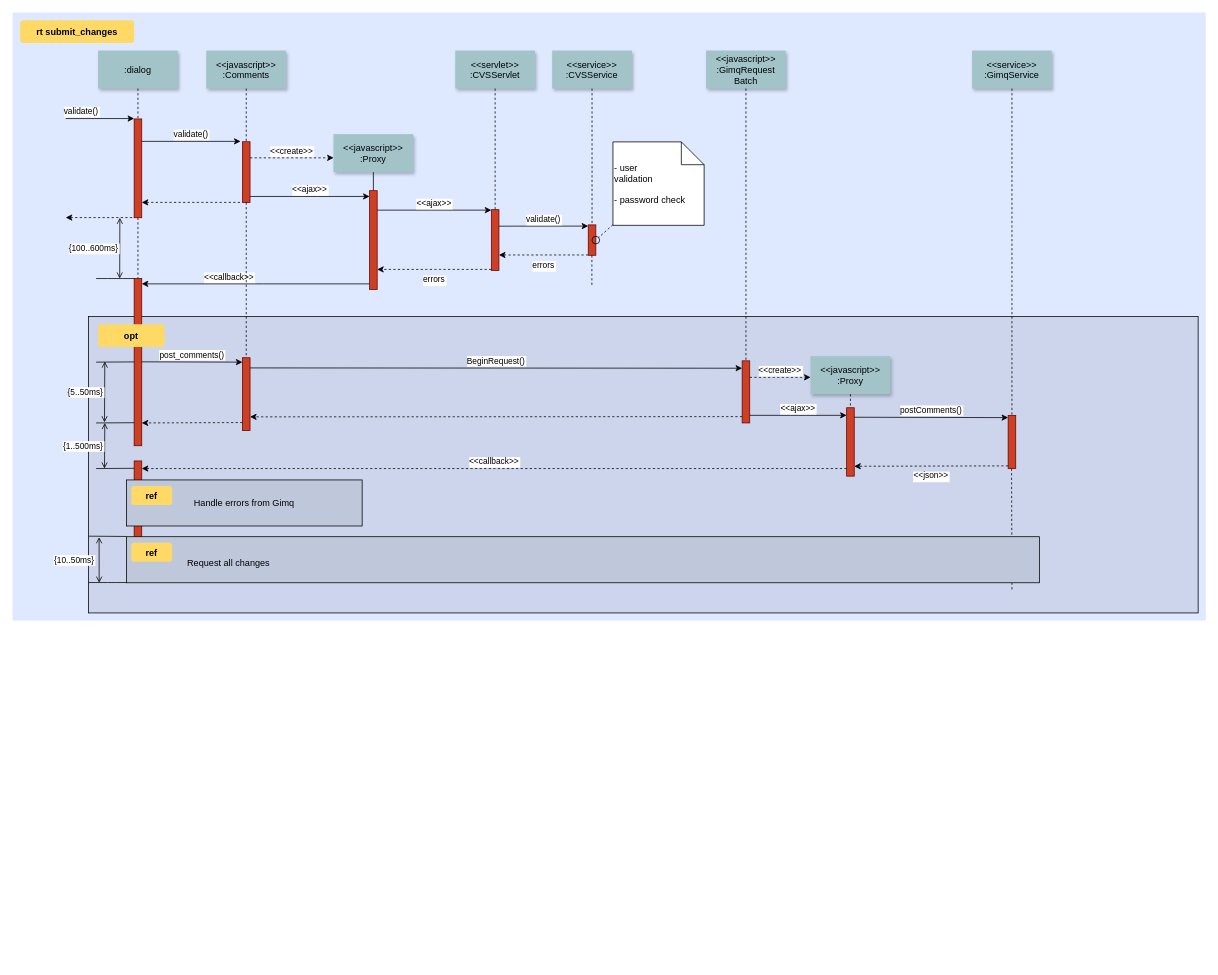
The draw.io diagram Biểu đồ không có tiêu đề.drawio in hieunguyenbv/gdb_flow, before the edit. Source tidied: cells renumbered, new cells numbered last; positions are measured from the earlier drawing's top-left corner, leaving out a move shared by most shapes. Both pictures are drawn from the tidied source at 76%, with x=0, y=0 at pixel (12, 12).
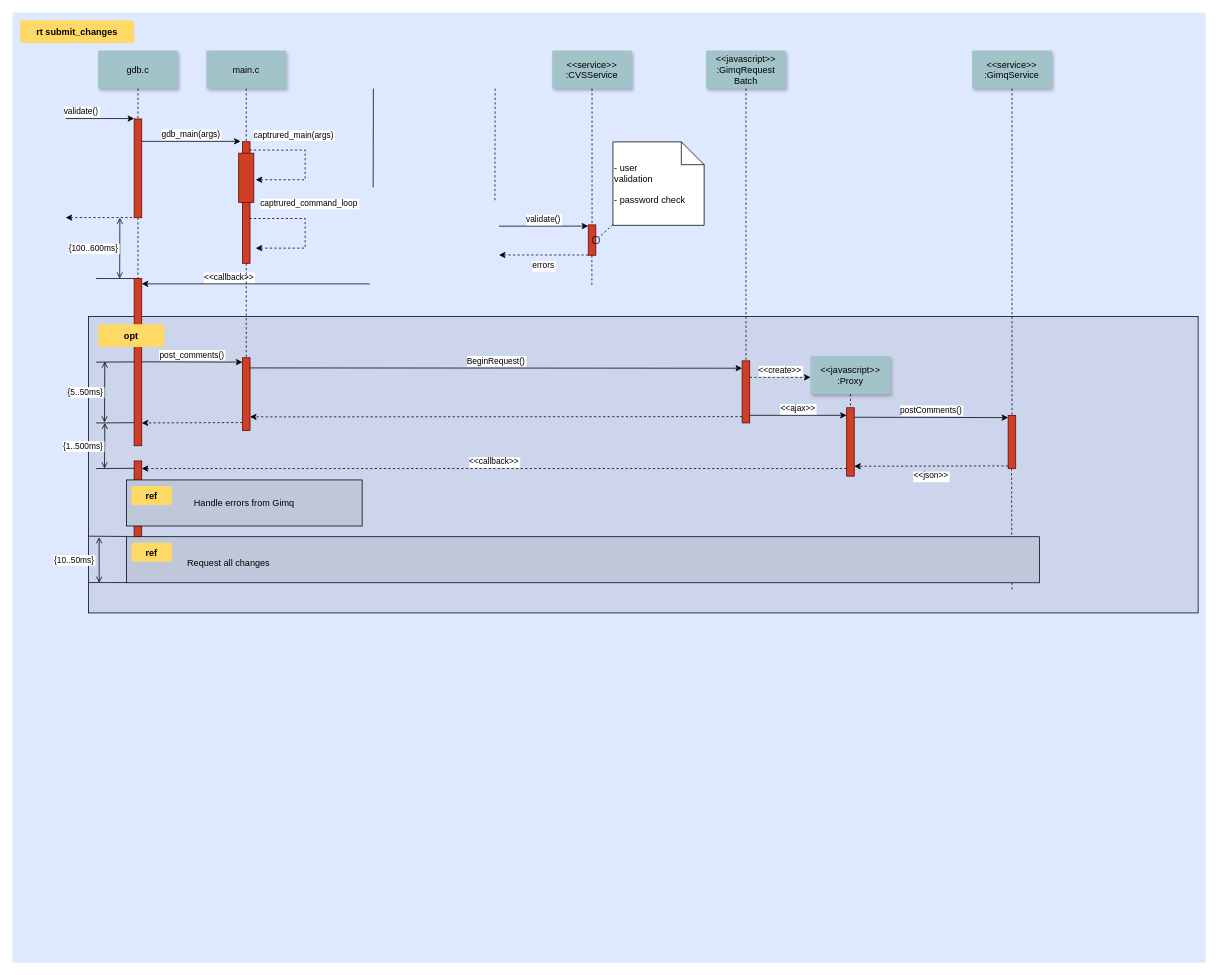
After the change.

Commit message:
Cập nhật Biểu đồ không có tiêu đề.drawio

Unchanged cells that the change refers to:
```xml
<mxCell id="35" style="fillColor=#CC4125;strokeColor=#660000;" parent="1" vertex="1">
  <mxGeometry x="160" y="350" width="10" height="220" as="geometry" />
</mxCell>
```

Change to the diagram source:
```diff
@@
     <mxCell id="2" style="fillColor=#DEE8FF;strokeColor=none;" parent="1" vertex="1">
-      <mxGeometry width="1570" height="800" as="geometry" />
+      <mxGeometry width="1570" height="1250" as="geometry" />
     </mxCell>
@@
-    <mxCell id="7" value=":dialog" style="shadow=1;fillColor=#A2C4C9;strokeColor=none;" parent="1" vertex="1">
+    <mxCell id="7" value="gdb.c" style="shadow=1;fillColor=#A2C4C9;strokeColor=none;" parent="1" vertex="1">
       <mxGeometry x="112.5" y="50" width="105" height="50" as="geometry" />
     </mxCell>
     <mxCell id="8" style="fillColor=#CC4125;strokeColor=#660000;" parent="1" vertex="1">
-      <mxGeometry x="302.5" y="170" width="10" height="80" as="geometry" />
+      <mxGeometry x="302.5" y="170" width="10" height="160" as="geometry" />
     </mxCell>
-    <mxCell id="9" value="&lt;&lt;javascript&gt;&gt;&#10;:Comments" style="shadow=1;fillColor=#A2C4C9;strokeColor=none;" parent="1" vertex="1">
+    <mxCell id="9" value="main.c" style="shadow=1;fillColor=#A2C4C9;strokeColor=none;" parent="1" vertex="1">
       <mxGeometry x="255" y="50" width="105" height="50" as="geometry" />
     </mxCell>
@@
-    <mxCell id="11" value="validate()" style="edgeStyle=none;verticalLabelPosition=top;verticalAlign=bottom;" parent="1" edge="1">
+    <mxCell id="11" value="gdb_main(args)" style="edgeStyle=none;verticalLabelPosition=top;verticalAlign=bottom;" parent="1" edge="1">
       <mxGeometry x="220" y="92" as="geometry">
         <mxPoint x="170" y="169.5" as="sourcePoint" />
         <mxPoint x="300" y="169.5" as="targetPoint" />
       </mxGeometry>
     </mxCell>
-    <mxCell id="12" style="edgeStyle=none;verticalLabelPosition=top;verticalAlign=bottom;endArrow=none;startArrow=classic;dashed=1;" parent="1" edge="1">
-      <mxGeometry x="220" y="172.3" as="geometry">
-        <mxPoint x="170" y="249.8" as="sourcePoint" />
-        <mxPoint x="300" y="249.8" as="targetPoint" />
-      </mxGeometry>
-    </mxCell>
@@
-    <mxCell id="14" value="&lt;&lt;create&gt;&gt;" style="edgeStyle=none;verticalLabelPosition=top;verticalAlign=bottom;dashed=1;" parent="1" edge="1">
-      <mxGeometry x="385.5" y="113.9" as="geometry">
-        <mxPoint x="312.5" y="191.2" as="sourcePoint" />
-        <mxPoint x="422.5" y="191.2" as="targetPoint" />
+    <mxCell id="14" value="captrured_main(args)" style="edgeStyle=orthogonalEdgeStyle;verticalLabelPosition=top;verticalAlign=bottom;dashed=1;exitX=1.25;exitY=0.213;exitDx=0;exitDy=0;flowAnimation=0;rounded=0;strokeColor=default;jumpStyle=none;shadow=0;comic=0;noJump=0;exitPerimeter=0;" parent="1" edge="1">
+      <mxGeometry as="geometry">
+        <mxPoint x="312.5" y="180" as="sourcePoint" />
+        <mxPoint x="320" y="220" as="targetPoint" />
+        <Array as="points">
+          <mxPoint x="313" y="181" />
+          <mxPoint x="385" y="181" />
+          <mxPoint x="385" y="220" />
+        </Array>
+        <mxPoint x="54" y="-30" as="offset" />
       </mxGeometry>
     </mxCell>
-    <mxCell id="15" value="&lt;&lt;javascript&gt;&gt;&#10;:Proxy" style="shadow=1;fillColor=#A2C4C9;strokeColor=none;" parent="1" vertex="1">
-      <mxGeometry x="422.3" y="160" width="105" height="50" as="geometry" />
-    </mxCell>
-    <mxCell id="16" style="edgeStyle=none;endArrow=none;" parent="1" edge="1" source="15" target="17">
-      <mxGeometry x="437" y="270" as="geometry" />
+    <mxCell id="16" style="edgeStyle=none;endArrow=none;" parent="1" edge="1">
+      <mxGeometry x="437" y="270" as="geometry">
+        <mxPoint x="474.8" y="100" as="sourcePoint" />
+        <mxPoint x="474.5" y="230" as="targetPoint" />
+      </mxGeometry>
     </mxCell>
-    <mxCell id="17" style="fillColor=#CC4125;strokeColor=#660000;" parent="1" vertex="1">
-      <mxGeometry x="469.8" y="234.4" width="10" height="130" as="geometry" />
-    </mxCell>
-    <mxCell id="18" value="&lt;&lt;ajax&gt;&gt;" style="edgeStyle=elbowEdgeStyle;elbow=vertical;verticalLabelPosition=top;verticalAlign=bottom;" parent="1" edge="1" source="8" target="17">
-      <mxGeometry x="350" y="290" as="geometry" />
-    </mxCell>
-    <mxCell id="19" style="fillColor=#CC4125;strokeColor=#660000;" parent="1" vertex="1">
-      <mxGeometry x="630" y="259.4" width="10" height="80" as="geometry" />
-    </mxCell>
-    <mxCell id="20" value="&lt;&lt;servlet&gt;&gt;&#10;:CVSServlet" style="shadow=1;fillColor=#A2C4C9;strokeColor=none;" parent="1" vertex="1">
-      <mxGeometry x="582.5" y="50" width="105" height="50" as="geometry" />
-    </mxCell>
-    <mxCell id="21" style="edgeStyle=none;endArrow=none;dashed=1;" parent="1" edge="1" source="20" target="19">
-      <mxGeometry x="614.5" y="175" as="geometry" />
+    <mxCell id="21" style="edgeStyle=none;endArrow=none;dashed=1;" parent="1" edge="1">
+      <mxGeometry x="614.5" y="175" as="geometry">
+        <mxPoint x="635" y="100" as="sourcePoint" />
+        <mxPoint x="634.7" y="250" as="targetPoint" />
+      </mxGeometry>
     </mxCell>
@@
-    <mxCell id="25" value="&lt;&lt;ajax&gt;&gt;" style="edgeStyle=elbowEdgeStyle;elbow=vertical;verticalLabelPosition=top;verticalAlign=bottom;" parent="1" edge="1" source="17" target="19">
-      <mxGeometry x="540" y="270" as="geometry">
-        <Array as="points">
-          <mxPoint x="550" y="260" />
-        </Array>
-      </mxGeometry>
-    </mxCell>
-    <mxCell id="26" value="errors" style="edgeStyle=elbowEdgeStyle;elbow=vertical;dashed=1;verticalLabelPosition=bottom;verticalAlign=top;" parent="1" edge="1" source="19" target="17">
-      <mxGeometry x="550" y="280" as="geometry">
-        <Array as="points">
-          <mxPoint x="553" y="338" />
-        </Array>
-      </mxGeometry>
-    </mxCell>
@@
-    <mxCell id="36" value="             &lt;&lt;callback&gt;&gt;                                " style="edgeStyle=elbowEdgeStyle;elbow=vertical;dashed=0;verticalLabelPosition=top;verticalAlign=bottom;align=right;" parent="1" edge="1" source="17" target="35">
-      <mxGeometry x="190" y="329.8" as="geometry" />
+    <mxCell id="36" value="             &lt;&lt;callback&gt;&gt;                                " style="edgeStyle=elbowEdgeStyle;elbow=vertical;dashed=0;verticalLabelPosition=top;verticalAlign=bottom;align=right;" parent="1" edge="1" target="35">
+      <mxGeometry x="190" y="329.8" as="geometry">
+        <mxPoint x="469.8" y="357" as="sourcePoint" />
+      </mxGeometry>
     </mxCell>
@@
+    <mxCell id="75" value="captrured_command_loop" style="edgeStyle=orthogonalEdgeStyle;verticalLabelPosition=top;verticalAlign=bottom;dashed=1;exitX=1.25;exitY=0.213;exitDx=0;exitDy=0;flowAnimation=0;rounded=0;strokeColor=default;jumpStyle=none;shadow=0;comic=0;noJump=0;exitPerimeter=0;" parent="1" edge="1">
+      <mxGeometry as="geometry">
+        <mxPoint x="312.5" y="270" as="sourcePoint" />
+        <mxPoint x="320" y="310" as="targetPoint" />
+        <Array as="points">
+          <mxPoint x="313" y="271" />
+          <mxPoint x="385" y="271" />
+          <mxPoint x="385" y="310" />
+        </Array>
+        <mxPoint x="74" y="-30" as="offset" />
+      </mxGeometry>
+    </mxCell>
+    <mxCell id="76" style="fillColor=#CC4125;strokeColor=#660000;" parent="1" vertex="1">
+      <mxGeometry x="297.5" y="185" width="20" height="65" as="geometry" />
+    </mxCell>
```
